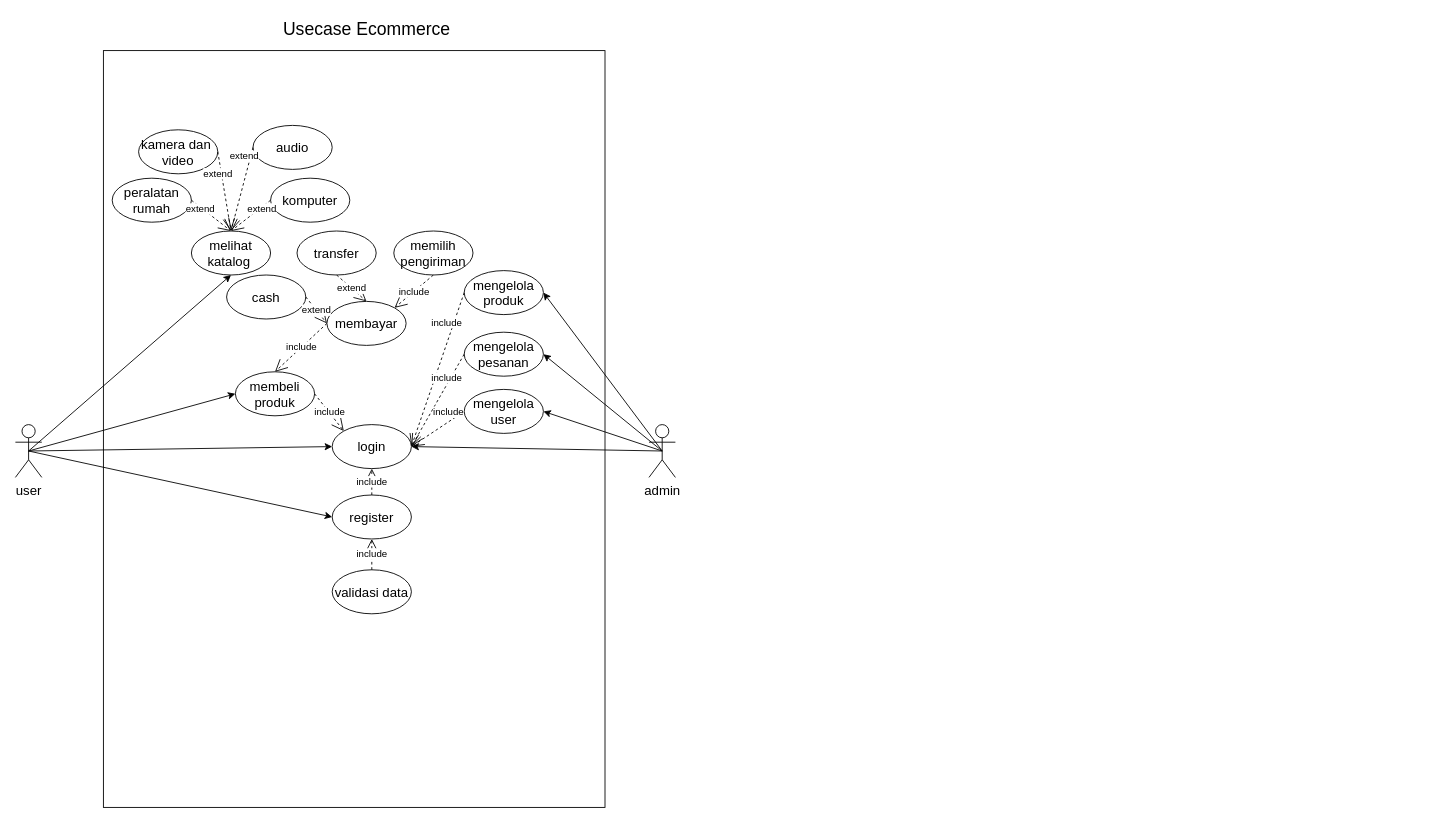
Earlier version of the draw.io diagram Use-Case-Diagram-Ecommerce.drawio (zerocode0806/Flowchart-E-Comerce-Elektronik). Source tidied: cells renumbered, new cells numbered last; positions are measured from the earlier drawing's top-left corner, leaving out a move shared by most shapes. Both pictures are drawn from the tidied source at 88%, with x=0, y=0 at pixel (15, 15).
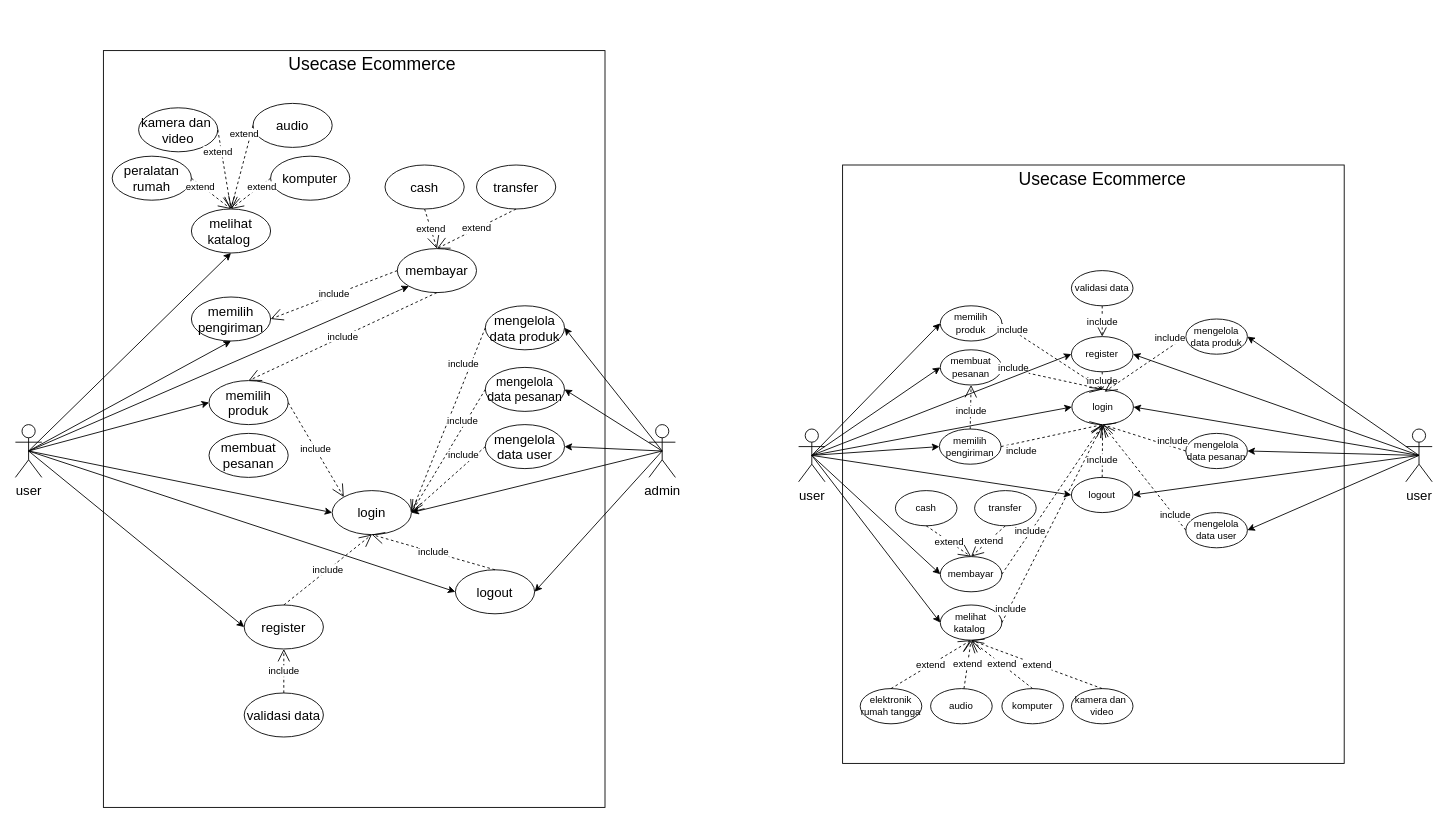
After the change.

Unchanged cells that the change refers to:
```xml
<mxCell id="3" value="user" style="shape=umlActor;verticalLabelPosition=bottom;verticalAlign=top;html=1;fontSize=15;" parent="1" vertex="1">
  <mxGeometry y="465" width="30" height="60" as="geometry" />
</mxCell>
<mxCell id="4" value="admin" style="shape=umlActor;verticalLabelPosition=bottom;verticalAlign=top;html=1;fontSize=15;" parent="1" vertex="1">
  <mxGeometry x="720" y="465" width="30" height="60" as="geometry" />
</mxCell>
```

What changed in the source:
```diff
@@
     <mxCell id="5" value="login" style="ellipse;whiteSpace=wrap;html=1;fontSize=15;" parent="1" vertex="1">
-      <mxGeometry x="360" y="465" width="90" height="50" as="geometry" />
+      <mxGeometry x="360" y="540" width="90" height="50" as="geometry" />
     </mxCell>
     <mxCell id="6" value="register" style="ellipse;whiteSpace=wrap;html=1;fontSize=15;" parent="1" vertex="1">
-      <mxGeometry x="360" y="545" width="90" height="50" as="geometry" />
+      <mxGeometry x="260" y="670" width="90" height="50" as="geometry" />
     </mxCell>
     <mxCell id="7" value="validasi data" style="ellipse;whiteSpace=wrap;html=1;fontSize=15;" parent="1" vertex="1">
-      <mxGeometry x="360" y="630" width="90" height="50" as="geometry" />
+      <mxGeometry x="260" y="770" width="90" height="50" as="geometry" />
     </mxCell>
-    <mxCell id="8" value="membeli produk" style="ellipse;whiteSpace=wrap;html=1;fontSize=15;" parent="1" vertex="1">
-      <mxGeometry x="250" y="405" width="90" height="50" as="geometry" />
+    <mxCell id="8" value="memilih&lt;div&gt;produk&lt;/div&gt;" style="ellipse;whiteSpace=wrap;html=1;fontSize=15;" parent="1" vertex="1">
+      <mxGeometry x="220" y="415" width="90" height="50" as="geometry" />
     </mxCell>
     <mxCell id="9" value="membayar" style="ellipse;whiteSpace=wrap;html=1;fontSize=15;" parent="1" vertex="1">
-      <mxGeometry x="354" y="325" width="90" height="50" as="geometry" />
+      <mxGeometry x="434" y="265" width="90" height="50" as="geometry" />
     </mxCell>
     <mxCell id="10" value="cash" style="ellipse;whiteSpace=wrap;html=1;fontSize=15;" parent="1" vertex="1">
-      <mxGeometry x="240" y="295" width="90" height="50" as="geometry" />
+      <mxGeometry x="420" y="170" width="90" height="50" as="geometry" />
     </mxCell>
     <mxCell id="11" value="transfer" style="ellipse;whiteSpace=wrap;html=1;fontSize=15;" parent="1" vertex="1">
-      <mxGeometry x="320" y="245" width="90" height="50" as="geometry" />
+      <mxGeometry x="524" y="170" width="90" height="50" as="geometry" />
     </mxCell>
     <mxCell id="12" value="melihat katalog&amp;nbsp;" style="ellipse;whiteSpace=wrap;html=1;fontSize=15;" parent="1" vertex="1">
-      <mxGeometry x="200" y="245" width="90" height="50" as="geometry" />
+      <mxGeometry x="200" y="220" width="90" height="50" as="geometry" />
     </mxCell>
     <mxCell id="13" value="peralatan rumah" style="ellipse;whiteSpace=wrap;html=1;fontSize=15;" parent="1" vertex="1">
-      <mxGeometry x="110" y="185" width="90" height="50" as="geometry" />
+      <mxGeometry x="110" y="160" width="90" height="50" as="geometry" />
     </mxCell>
     <mxCell id="14" value="komputer" style="ellipse;whiteSpace=wrap;html=1;fontSize=15;" parent="1" vertex="1">
-      <mxGeometry x="290" y="185" width="90" height="50" as="geometry" />
+      <mxGeometry x="290" y="160" width="90" height="50" as="geometry" />
     </mxCell>
     <mxCell id="15" value="kamera dan&amp;nbsp;&lt;div&gt;video&lt;/div&gt;" style="ellipse;whiteSpace=wrap;html=1;fontSize=15;" parent="1" vertex="1">
-      <mxGeometry x="140" y="130" width="90" height="50" as="geometry" />
+      <mxGeometry x="140" y="105" width="90" height="50" as="geometry" />
     </mxCell>
     <mxCell id="16" value="audio" style="ellipse;whiteSpace=wrap;html=1;fontSize=15;" parent="1" vertex="1">
-      <mxGeometry x="270" y="125" width="90" height="50" as="geometry" />
+      <mxGeometry x="270" y="100" width="90" height="50" as="geometry" />
     </mxCell>
-    <mxCell id="17" value="mengelola produk" style="ellipse;whiteSpace=wrap;html=1;fontSize=15;" parent="1" vertex="1">
-      <mxGeometry x="510" y="290" width="90" height="50" as="geometry" />
+    <mxCell id="17" value="mengelola data produk" style="ellipse;whiteSpace=wrap;html=1;fontSize=15;" parent="1" vertex="1">
+      <mxGeometry x="534" y="330" width="90" height="50" as="geometry" />
     </mxCell>
@@
-    <mxCell id="28" value="include" style="endArrow=open;endSize=12;dashed=1;html=1;rounded=0;exitX=0;exitY=0.5;exitDx=0;exitDy=0;entryX=0.5;entryY=0;entryDx=0;entryDy=0;" parent="1" edge="1" source="9" target="8">
+    <mxCell id="28" value="include" style="endArrow=open;endSize=12;dashed=1;html=1;rounded=0;exitX=0.5;exitY=1;exitDx=0;exitDy=0;entryX=0.5;entryY=0;entryDx=0;entryDy=0;" parent="1" edge="1" source="9" target="8">
       <mxGeometry relative="1" as="geometry" />
     </mxCell>
@@
-    <mxCell id="30" value="extend" style="endArrow=open;endSize=12;dashed=1;html=1;rounded=0;entryX=0;entryY=0.5;entryDx=0;entryDy=0;exitX=1;exitY=0.5;exitDx=0;exitDy=0;" parent="1" edge="1" source="10" target="9">
+    <mxCell id="30" value="extend" style="endArrow=open;endSize=12;dashed=1;html=1;rounded=0;entryX=0.5;entryY=0;entryDx=0;entryDy=0;exitX=0.5;exitY=1;exitDx=0;exitDy=0;" parent="1" edge="1" source="10" target="9">
       <mxGeometry relative="1" as="geometry" />
     </mxCell>
-    <mxCell id="31" value="mengelola pesanan" style="ellipse;whiteSpace=wrap;html=1;fontSize=15;" parent="1" vertex="1">
-      <mxGeometry x="510" y="360" width="90" height="50" as="geometry" />
+    <mxCell id="31" value="mengelola data pesanan" style="ellipse;whiteSpace=wrap;html=1;fontSize=14;" parent="1" vertex="1">
+      <mxGeometry x="534" y="400" width="90" height="50" as="geometry" />
     </mxCell>
-    <mxCell id="32" value="mengelola user" style="ellipse;whiteSpace=wrap;html=1;fontSize=15;" parent="1" vertex="1">
-      <mxGeometry x="510" y="425" width="90" height="50" as="geometry" />
+    <mxCell id="32" value="mengelola data user" style="ellipse;whiteSpace=wrap;html=1;fontSize=15;" parent="1" vertex="1">
+      <mxGeometry x="534" y="465" width="90" height="50" as="geometry" />
     </mxCell>
@@
     <mxCell id="41" value="Usecase Ecommerce" style="text;html=1;whiteSpace=wrap;strokeColor=none;fillColor=none;align=center;verticalAlign=middle;rounded=0;fontSize=20;" parent="1" vertex="1">
-      <mxGeometry x="281.5" width="235" height="30" as="geometry" />
+      <mxGeometry x="287.5" y="40" width="235" height="30" as="geometry" />
     </mxCell>
     <mxCell id="42" value="memilih&lt;div&gt;pengiriman&lt;/div&gt;" style="ellipse;whiteSpace=wrap;html=1;fontSize=15;" parent="1" vertex="1">
-      <mxGeometry x="430" y="245" width="90" height="50" as="geometry" />
+      <mxGeometry x="200" y="320" width="90" height="50" as="geometry" />
     </mxCell>
-    <mxCell id="43" value="include" style="endArrow=open;endSize=12;dashed=1;html=1;rounded=0;exitX=0.5;exitY=1;exitDx=0;exitDy=0;entryX=1;entryY=0;entryDx=0;entryDy=0;" parent="1" edge="1" source="42" target="9">
+    <mxCell id="43" value="include" style="endArrow=open;endSize=12;dashed=1;html=1;rounded=0;entryX=1;entryY=0.5;entryDx=0;entryDy=0;exitX=0;exitY=0.5;exitDx=0;exitDy=0;" parent="1" edge="1" source="9" target="42">
       <mxGeometry relative="1" as="geometry" />
     </mxCell>
+    <mxCell id="44" style="endArrow=classic;html=1;rounded=0;exitX=0.5;exitY=0.5;exitDx=0;exitDy=0;exitPerimeter=0;entryX=0;entryY=1;entryDx=0;entryDy=0;" parent="1" edge="1" source="3" target="9">
+      <mxGeometry relative="1" as="geometry" />
+    </mxCell>
+    <mxCell id="45" style="endArrow=classic;html=1;rounded=0;exitX=0.5;exitY=0.5;exitDx=0;exitDy=0;exitPerimeter=0;entryX=0.5;entryY=1;entryDx=0;entryDy=0;" parent="1" edge="1" source="3" target="42">
+      <mxGeometry relative="1" as="geometry" />
+    </mxCell>
+    <mxCell id="46" value="logout" style="ellipse;whiteSpace=wrap;html=1;fontSize=15;" parent="1" vertex="1">
+      <mxGeometry x="500" y="630" width="90" height="50" as="geometry" />
+    </mxCell>
+    <mxCell id="47" style="endArrow=classic;html=1;rounded=0;exitX=0.5;exitY=0.5;exitDx=0;exitDy=0;exitPerimeter=0;entryX=1;entryY=0.5;entryDx=0;entryDy=0;" parent="1" edge="1" source="4" target="46">
+      <mxGeometry relative="1" as="geometry" />
+    </mxCell>
+    <mxCell id="48" style="endArrow=classic;html=1;rounded=0;exitX=0.5;exitY=0.5;exitDx=0;exitDy=0;exitPerimeter=0;entryX=0;entryY=0.5;entryDx=0;entryDy=0;" parent="1" edge="1" source="3" target="46">
+      <mxGeometry relative="1" as="geometry" />
+    </mxCell>
+    <mxCell id="49" value="include" style="endArrow=open;endSize=12;dashed=1;html=1;rounded=0;exitX=0.5;exitY=0;exitDx=0;exitDy=0;entryX=0.5;entryY=1;entryDx=0;entryDy=0;" parent="1" edge="1" source="46" target="5">
+      <mxGeometry relative="1" as="geometry" />
+    </mxCell>
+    <mxCell id="50" value="membuat pesanan" style="ellipse;whiteSpace=wrap;html=1;fontSize=15;" parent="1" vertex="1">
+      <mxGeometry x="220" y="475" width="90" height="50" as="geometry" />
+    </mxCell>
+    <mxCell id="51" style="rounded=0;whiteSpace=wrap;html=1;" parent="1" vertex="1">
+      <mxGeometry x="940" y="170" width="570" height="680" as="geometry" />
+    </mxCell>
+    <mxCell id="52" value="membuat pesanan" style="ellipse;whiteSpace=wrap;html=1;fontSize=11;" parent="1" vertex="1">
+      <mxGeometry x="1051" y="380" width="70" height="40" as="geometry" />
+    </mxCell>
+    <mxCell id="53" value="memilih&lt;div&gt;produk&lt;/div&gt;" style="ellipse;whiteSpace=wrap;html=1;fontSize=11;" parent="1" vertex="1">
+      <mxGeometry x="1051" y="330" width="70" height="40" as="geometry" />
+    </mxCell>
+    <mxCell id="54" value="memilih&lt;div&gt;pengiriman&lt;/div&gt;" style="ellipse;whiteSpace=wrap;html=1;fontSize=11;" parent="1" vertex="1">
+      <mxGeometry x="1050" y="470" width="70" height="40" as="geometry" />
+    </mxCell>
+    <mxCell id="55" value="melihat katalog&amp;nbsp;" style="ellipse;whiteSpace=wrap;html=1;fontSize=11;" parent="1" vertex="1">
+      <mxGeometry x="1051" y="670" width="70" height="40" as="geometry" />
+    </mxCell>
+    <mxCell id="56" style="edgeStyle=orthogonalEdgeStyle;rounded=0;orthogonalLoop=1;jettySize=auto;html=1;exitX=0.5;exitY=1;exitDx=0;exitDy=0;" parent="1" edge="1" source="52" target="52">
+      <mxGeometry relative="1" as="geometry" />
+    </mxCell>
+    <mxCell id="57" value="login" style="ellipse;whiteSpace=wrap;html=1;fontSize=11;" parent="1" vertex="1">
+      <mxGeometry x="1200.5" y="425" width="70" height="40" as="geometry" />
+    </mxCell>
+    <mxCell id="58" value="membayar" style="ellipse;whiteSpace=wrap;html=1;fontSize=11;" parent="1" vertex="1">
+      <mxGeometry x="1051" y="615" width="70" height="40" as="geometry" />
+    </mxCell>
+    <mxCell id="59" value="register" style="ellipse;whiteSpace=wrap;html=1;fontSize=11;" parent="1" vertex="1">
+      <mxGeometry x="1200" y="365" width="70" height="40" as="geometry" />
+    </mxCell>
+    <mxCell id="60" value="include" style="endArrow=open;endSize=12;dashed=1;html=1;rounded=0;exitX=1;exitY=0.5;exitDx=0;exitDy=0;entryX=0.5;entryY=0;entryDx=0;entryDy=0;" parent="1" edge="1" source="53" target="57">
+      <mxGeometry x="-0.8" y="1" relative="1" as="geometry" />
+    </mxCell>
+    <mxCell id="61" value="include" style="endArrow=open;endSize=12;dashed=1;html=1;rounded=0;exitX=1;exitY=0.5;exitDx=0;exitDy=0;entryX=0.5;entryY=0;entryDx=0;entryDy=0;" parent="1" edge="1" source="52" target="57">
+      <mxGeometry x="-0.78" y="2" relative="1" as="geometry" />
+    </mxCell>
+    <mxCell id="62" value="include" style="endArrow=open;endSize=12;dashed=1;html=1;rounded=0;exitX=1;exitY=0.5;exitDx=0;exitDy=0;entryX=0.5;entryY=1;entryDx=0;entryDy=0;" parent="1" edge="1" source="54" target="57">
+      <mxGeometry x="-0.65" y="-10" relative="1" as="geometry" />
+    </mxCell>
+    <mxCell id="63" value="include" style="endArrow=open;endSize=12;dashed=1;html=1;rounded=0;exitX=1;exitY=0.5;exitDx=0;exitDy=0;entryX=0.5;entryY=1;entryDx=0;entryDy=0;" parent="1" edge="1" source="58" target="57">
+      <mxGeometry x="-0.42" y="1" relative="1" as="geometry" />
+    </mxCell>
+    <mxCell id="64" value="cash" style="ellipse;whiteSpace=wrap;html=1;fontSize=11;" parent="1" vertex="1">
+      <mxGeometry x="1000" y="540" width="70" height="40" as="geometry" />
+    </mxCell>
+    <mxCell id="65" value="transfer" style="ellipse;whiteSpace=wrap;html=1;fontSize=11;" parent="1" vertex="1">
+      <mxGeometry x="1090" y="540" width="70" height="40" as="geometry" />
+    </mxCell>
+    <mxCell id="66" value="extend" style="endArrow=open;endSize=12;dashed=1;html=1;rounded=0;entryX=0.5;entryY=0;entryDx=0;entryDy=0;exitX=0.5;exitY=1;exitDx=0;exitDy=0;" parent="1" edge="1" source="64" target="58">
+      <mxGeometry relative="1" as="geometry" />
+    </mxCell>
+    <mxCell id="67" value="extend" style="endArrow=open;endSize=12;dashed=1;html=1;rounded=0;entryX=0.5;entryY=0;entryDx=0;entryDy=0;exitX=0.5;exitY=1;exitDx=0;exitDy=0;" parent="1" edge="1" source="65" target="58">
+      <mxGeometry relative="1" as="geometry" />
+    </mxCell>
+    <mxCell id="68" value="user" style="shape=umlActor;verticalLabelPosition=bottom;verticalAlign=top;html=1;fontSize=15;" parent="1" vertex="1">
+      <mxGeometry x="890" y="470" width="30" height="60" as="geometry" />
+    </mxCell>
+    <mxCell id="69" style="endArrow=classic;html=1;rounded=0;exitX=0.5;exitY=0.5;exitDx=0;exitDy=0;exitPerimeter=0;entryX=0;entryY=0.5;entryDx=0;entryDy=0;" parent="1" edge="1" source="68" target="53">
+      <mxGeometry relative="1" as="geometry" />
+    </mxCell>
+    <mxCell id="70" style="endArrow=classic;html=1;rounded=0;exitX=0.5;exitY=0.5;exitDx=0;exitDy=0;exitPerimeter=0;entryX=0;entryY=0.5;entryDx=0;entryDy=0;" parent="1" edge="1" source="68" target="52">
+      <mxGeometry relative="1" as="geometry" />
+    </mxCell>
+    <mxCell id="71" style="endArrow=classic;html=1;rounded=0;exitX=0.5;exitY=0.5;exitDx=0;exitDy=0;exitPerimeter=0;entryX=0;entryY=0.5;entryDx=0;entryDy=0;" parent="1" edge="1" source="68" target="54">
+      <mxGeometry relative="1" as="geometry" />
+    </mxCell>
+    <mxCell id="72" style="endArrow=classic;html=1;rounded=0;exitX=0.5;exitY=0.5;exitDx=0;exitDy=0;exitPerimeter=0;entryX=0;entryY=0.5;entryDx=0;entryDy=0;" parent="1" edge="1" source="68" target="58">
+      <mxGeometry relative="1" as="geometry" />
+    </mxCell>
+    <mxCell id="73" style="endArrow=classic;html=1;rounded=0;exitX=0.5;exitY=0.5;exitDx=0;exitDy=0;exitPerimeter=0;entryX=0;entryY=0.5;entryDx=0;entryDy=0;" parent="1" edge="1" source="68" target="59">
+      <mxGeometry relative="1" as="geometry" />
+    </mxCell>
+    <mxCell id="74" value="validasi data" style="ellipse;whiteSpace=wrap;html=1;fontSize=11;" parent="1" vertex="1">
+      <mxGeometry x="1200" y="290" width="70" height="40" as="geometry" />
+    </mxCell>
+    <mxCell id="75" value="include" style="endArrow=open;endSize=12;dashed=1;html=1;rounded=0;exitX=0.5;exitY=1;exitDx=0;exitDy=0;entryX=0.5;entryY=0;entryDx=0;entryDy=0;" parent="1" edge="1" source="59" target="57">
+      <mxGeometry relative="1" as="geometry" />
+    </mxCell>
+    <mxCell id="76" value="include" style="endArrow=open;endSize=12;dashed=1;html=1;rounded=0;exitX=0.5;exitY=1;exitDx=0;exitDy=0;entryX=0.5;entryY=0;entryDx=0;entryDy=0;" parent="1" edge="1" source="74" target="59">
+      <mxGeometry relative="1" as="geometry" />
+    </mxCell>
+    <mxCell id="77" style="endArrow=classic;html=1;rounded=0;exitX=0.5;exitY=0.5;exitDx=0;exitDy=0;exitPerimeter=0;entryX=0;entryY=0.5;entryDx=0;entryDy=0;" parent="1" edge="1" source="68" target="57">
+      <mxGeometry relative="1" as="geometry" />
+    </mxCell>
+    <mxCell id="78" value="mengelola data produk" style="ellipse;whiteSpace=wrap;html=1;fontSize=11;" parent="1" vertex="1">
+      <mxGeometry x="1330" y="345" width="70" height="40" as="geometry" />
+    </mxCell>
+    <mxCell id="79" value="mengelola data pesanan" style="ellipse;whiteSpace=wrap;html=1;fontSize=11;" parent="1" vertex="1">
+      <mxGeometry x="1330" y="475" width="70" height="40" as="geometry" />
+    </mxCell>
+    <mxCell id="80" value="mengelola data user" style="ellipse;whiteSpace=wrap;html=1;fontSize=11;" parent="1" vertex="1">
+      <mxGeometry x="1330" y="565" width="70" height="40" as="geometry" />
+    </mxCell>
+    <mxCell id="81" value="include" style="endArrow=open;endSize=12;dashed=1;html=1;rounded=0;exitX=0;exitY=0.5;exitDx=0;exitDy=0;entryX=0.53;entryY=0.07;entryDx=0;entryDy=0;entryPerimeter=0;" parent="1" edge="1" source="78" target="57">
+      <mxGeometry x="-0.71" y="-8" relative="1" as="geometry" />
+    </mxCell>
+    <mxCell id="82" value="include" style="endArrow=open;endSize=12;dashed=1;html=1;rounded=0;exitX=0;exitY=0.5;exitDx=0;exitDy=0;entryX=0.5;entryY=1;entryDx=0;entryDy=0;" parent="1" edge="1" source="79" target="57">
+      <mxGeometry x="-0.64" y="-7" relative="1" as="geometry" />
+    </mxCell>
+    <mxCell id="83" value="include" style="endArrow=open;endSize=12;dashed=1;html=1;rounded=0;exitX=0;exitY=0.5;exitDx=0;exitDy=0;entryX=0.5;entryY=1;entryDx=0;entryDy=0;" parent="1" edge="1" source="80" target="57">
+      <mxGeometry x="-0.72" y="-1" relative="1" as="geometry" />
+    </mxCell>
+    <mxCell id="84" value="user" style="shape=umlActor;verticalLabelPosition=bottom;verticalAlign=top;html=1;fontSize=15;" parent="1" vertex="1">
+      <mxGeometry x="1580" y="470" width="30" height="60" as="geometry" />
+    </mxCell>
+    <mxCell id="85" style="endArrow=classic;html=1;rounded=0;exitX=0.5;exitY=0.5;exitDx=0;exitDy=0;exitPerimeter=0;entryX=1;entryY=0.5;entryDx=0;entryDy=0;" parent="1" edge="1" source="84" target="78">
+      <mxGeometry relative="1" as="geometry" />
+    </mxCell>
+    <mxCell id="86" style="endArrow=classic;html=1;rounded=0;exitX=0.5;exitY=0.5;exitDx=0;exitDy=0;exitPerimeter=0;entryX=1;entryY=0.5;entryDx=0;entryDy=0;" parent="1" edge="1" source="84" target="79">
+      <mxGeometry relative="1" as="geometry" />
+    </mxCell>
+    <mxCell id="87" style="endArrow=classic;html=1;rounded=0;exitX=0.5;exitY=0.5;exitDx=0;exitDy=0;exitPerimeter=0;entryX=1;entryY=0.5;entryDx=0;entryDy=0;" parent="1" edge="1" source="84" target="80">
+      <mxGeometry relative="1" as="geometry" />
+    </mxCell>
+    <mxCell id="88" style="endArrow=classic;html=1;rounded=0;exitX=0.5;exitY=0.5;exitDx=0;exitDy=0;exitPerimeter=0;entryX=1;entryY=0.5;entryDx=0;entryDy=0;" parent="1" edge="1" source="84" target="57">
+      <mxGeometry relative="1" as="geometry" />
+    </mxCell>
+    <mxCell id="89" value="komputer" style="ellipse;whiteSpace=wrap;html=1;fontSize=11;" parent="1" vertex="1">
+      <mxGeometry x="1121" y="765" width="70" height="40" as="geometry" />
+    </mxCell>
+    <mxCell id="90" value="audio" style="ellipse;whiteSpace=wrap;html=1;fontSize=11;" parent="1" vertex="1">
+      <mxGeometry x="1040" y="765" width="70" height="40" as="geometry" />
+    </mxCell>
+    <mxCell id="91" value="kamera dan&amp;nbsp;&lt;div&gt;video&lt;/div&gt;" style="ellipse;whiteSpace=wrap;html=1;fontSize=11;" parent="1" vertex="1">
+      <mxGeometry x="1200" y="765" width="70" height="40" as="geometry" />
+    </mxCell>
+    <mxCell id="92" value="elektronik rumah tangga" style="ellipse;whiteSpace=wrap;html=1;fontSize=11;" parent="1" vertex="1">
+      <mxGeometry x="960" y="765" width="70" height="40" as="geometry" />
+    </mxCell>
+    <mxCell id="93" style="endArrow=classic;html=1;rounded=0;exitX=0.5;exitY=0.5;exitDx=0;exitDy=0;exitPerimeter=0;entryX=0;entryY=0.5;entryDx=0;entryDy=0;" parent="1" edge="1" source="68" target="55">
+      <mxGeometry relative="1" as="geometry" />
+    </mxCell>
+    <mxCell id="94" value="include" style="endArrow=open;endSize=12;dashed=1;html=1;rounded=0;exitX=1;exitY=0.5;exitDx=0;exitDy=0;entryX=0.5;entryY=1;entryDx=0;entryDy=0;" parent="1" edge="1" source="55" target="57">
+      <mxGeometry x="-0.86" y="-2" relative="1" as="geometry" />
+    </mxCell>
+    <mxCell id="95" value="extend" style="endArrow=open;endSize=12;dashed=1;html=1;rounded=0;entryX=0.5;entryY=1;entryDx=0;entryDy=0;exitX=0.5;exitY=0;exitDx=0;exitDy=0;" parent="1" edge="1" source="92" target="55">
+      <mxGeometry relative="1" as="geometry" />
+    </mxCell>
+    <mxCell id="96" value="extend" style="endArrow=open;endSize=12;dashed=1;html=1;rounded=0;entryX=0.5;entryY=1;entryDx=0;entryDy=0;" parent="1" edge="1" source="90" target="55">
+      <mxGeometry relative="1" as="geometry" />
+    </mxCell>
+    <mxCell id="97" value="extend" style="endArrow=open;endSize=12;dashed=1;html=1;rounded=0;entryX=0.5;entryY=1;entryDx=0;entryDy=0;exitX=0.5;exitY=0;exitDx=0;exitDy=0;" parent="1" edge="1" source="89" target="55">
+      <mxGeometry relative="1" as="geometry" />
+    </mxCell>
+    <mxCell id="98" value="extend" style="endArrow=open;endSize=12;dashed=1;html=1;rounded=0;exitX=0.5;exitY=0;exitDx=0;exitDy=0;entryX=0.5;entryY=1;entryDx=0;entryDy=0;" parent="1" edge="1" source="91" target="55">
+      <mxGeometry relative="1" as="geometry" />
+    </mxCell>
+    <mxCell id="99" style="endArrow=classic;html=1;rounded=0;exitX=0.5;exitY=0.5;exitDx=0;exitDy=0;exitPerimeter=0;entryX=1;entryY=0.5;entryDx=0;entryDy=0;" parent="1" edge="1" source="84" target="59">
+      <mxGeometry relative="1" as="geometry" />
+    </mxCell>
+    <mxCell id="100" value="logout" style="ellipse;whiteSpace=wrap;html=1;fontSize=11;" parent="1" vertex="1">
+      <mxGeometry x="1200" y="525" width="70" height="40" as="geometry" />
+    </mxCell>
+    <mxCell id="101" style="endArrow=classic;html=1;rounded=0;exitX=0.5;exitY=0.5;exitDx=0;exitDy=0;exitPerimeter=0;entryX=0;entryY=0.5;entryDx=0;entryDy=0;" parent="1" edge="1" source="68" target="100">
+      <mxGeometry relative="1" as="geometry" />
+    </mxCell>
+    <mxCell id="102" style="endArrow=classic;html=1;rounded=0;exitX=0.5;exitY=0.5;exitDx=0;exitDy=0;exitPerimeter=0;entryX=1;entryY=0.5;entryDx=0;entryDy=0;" parent="1" edge="1" source="84" target="100">
+      <mxGeometry relative="1" as="geometry" />
+    </mxCell>
+    <mxCell id="103" value="include" style="endArrow=open;endSize=12;dashed=1;html=1;rounded=0;exitX=0.5;exitY=0;exitDx=0;exitDy=0;entryX=0.5;entryY=1;entryDx=0;entryDy=0;" parent="1" edge="1" source="100" target="57">
+      <mxGeometry x="-0.33" relative="1" as="geometry" />
+    </mxCell>
+    <mxCell id="104" value="Usecase Ecommerce" style="text;html=1;whiteSpace=wrap;strokeColor=none;fillColor=none;align=center;verticalAlign=middle;rounded=0;fontSize=20;" parent="1" vertex="1">
+      <mxGeometry x="1118" y="170" width="235" height="30" as="geometry" />
+    </mxCell>
+    <mxCell id="105" value="include" style="endArrow=open;endSize=12;dashed=1;html=1;rounded=0;exitX=0.5;exitY=0;exitDx=0;exitDy=0;entryX=0.5;entryY=1;entryDx=0;entryDy=0;" parent="1" edge="1" source="54" target="52">
+      <mxGeometry x="-0.2" y="-1" relative="1" as="geometry" />
+    </mxCell>
```
